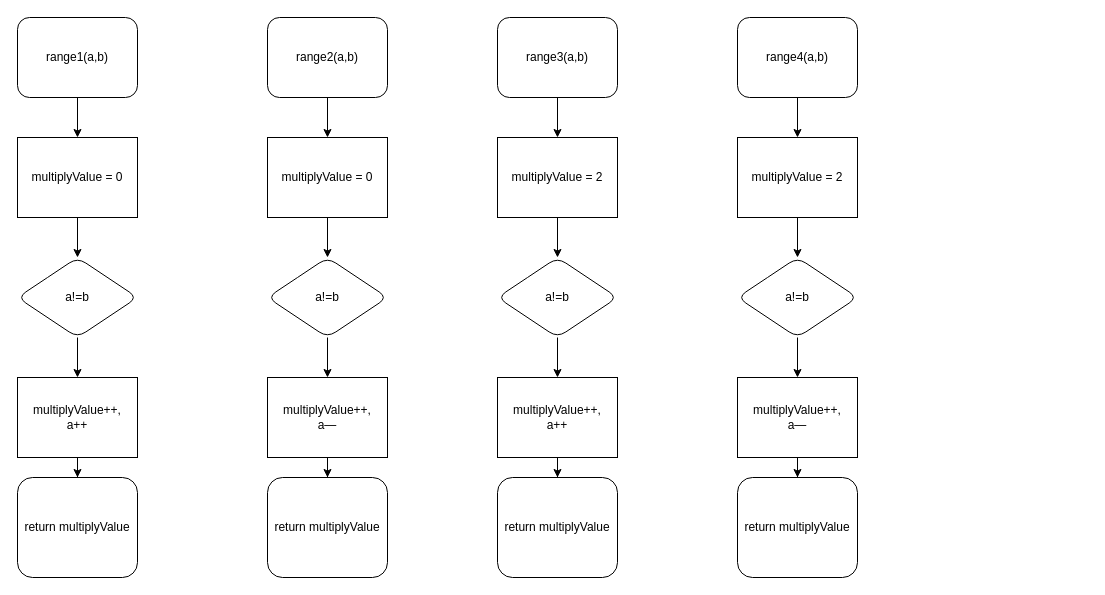
Above: Flowchart Nina.drawio in SyazanieAmirin/Simple-Password-Generator (draw.io), before the change. Source tidied: cells renumbered, new cells numbered last; positions are measured from the earlier drawing's top-left corner, leaving out a move shared by most shapes. Both pictures are drawn from the tidied source at 100%, with x=0, y=0 at pixel (17, 17).
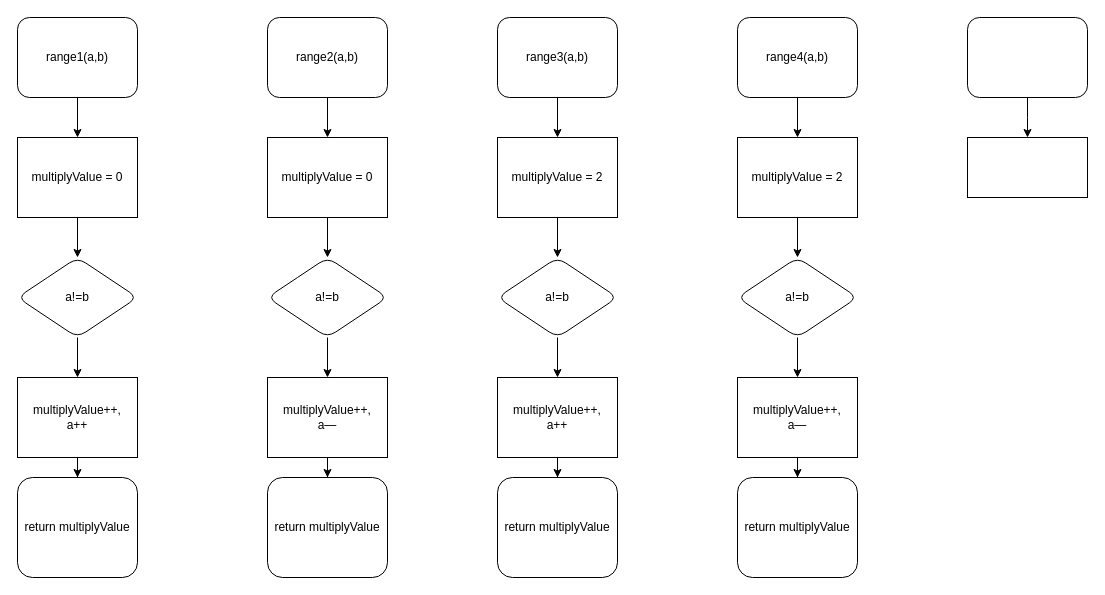
The same page after the edit.

What changed in the source:
```diff
@@
+    <mxCell id="38" style="edgeStyle=orthogonalEdgeStyle;rounded=0;jettySize=auto;html=1;" parent="1" edge="1" source="39">
+      <mxGeometry relative="1" as="geometry">
+        <mxPoint x="1010" y="120" as="targetPoint" />
+      </mxGeometry>
+    </mxCell>
+    <mxCell id="39" style="rounded=1;whiteSpace=wrap;html=1;" parent="1" vertex="1">
+      <mxGeometry x="950" width="120" height="80" as="geometry" />
+    </mxCell>
+    <mxCell id="40" style="rounded=0;whiteSpace=wrap;html=1;" parent="1" vertex="1">
+      <mxGeometry x="950" y="120" width="120" height="60" as="geometry" />
+    </mxCell>
```
